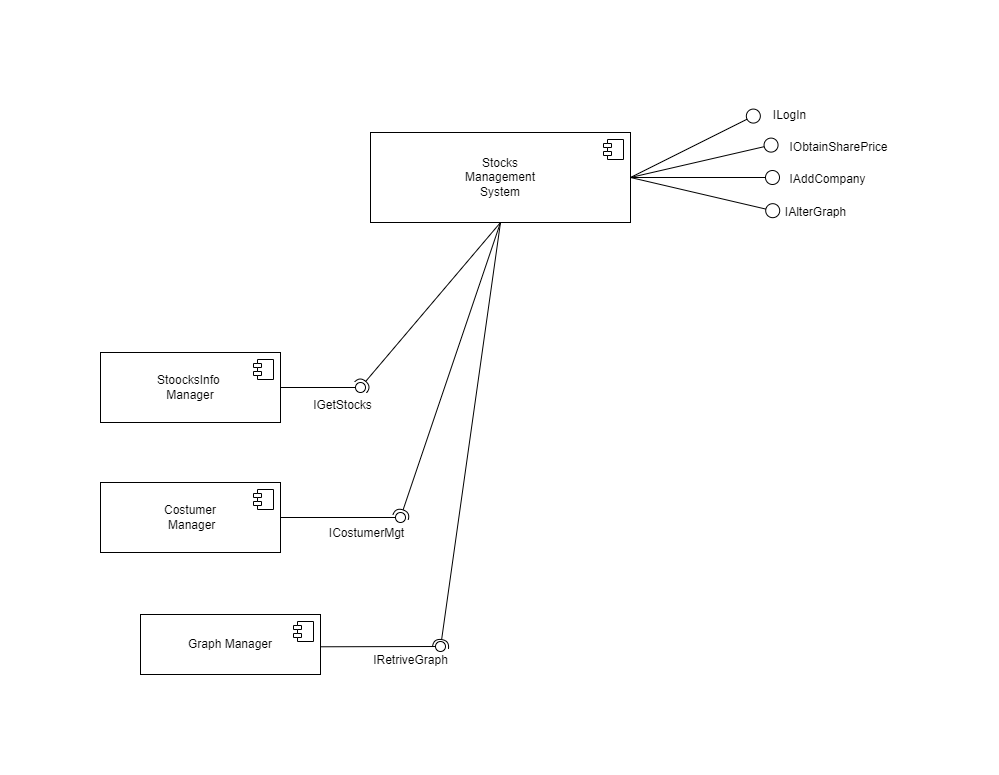
Above: Documentation/Graphical models/Initial_System_Artitecture.png in MMadejsza/Architecture_and_Design-_CW_-Java-Javalin-JS (draw.io), before the change. Source tidied: cells renumbered, new cells last; positions are measured from the earlier drawing's top-left corner, leaving out a move shared by most shapes.
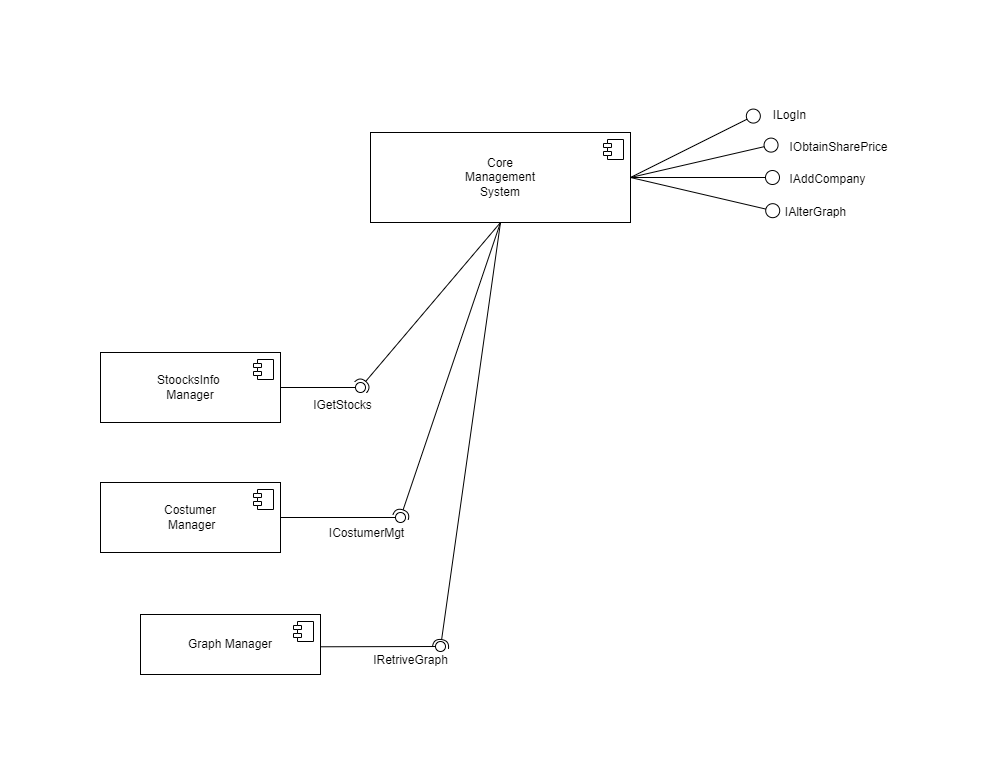
After the change.

The edit, as a diff of the source:
```diff
@@ -22,7 +22,7 @@
         <mxPoint x="680" y="112" as="targetPoint" />
       </mxGeometry>
     </mxCell>
-    <mxCell id="6" value="Stocks &lt;br&gt;Management &lt;br&gt;System" style="html=1;whiteSpace=wrap;" parent="1" vertex="1">
+    <mxCell id="6" value="Core&lt;br&gt;Management &lt;br&gt;System" style="html=1;whiteSpace=wrap;" parent="1" vertex="1">
       <mxGeometry x="270" y="32" width="260" height="90" as="geometry" />
     </mxCell>
     <mxCell id="7" style="shape=module;jettyWidth=8;jettyHeight=4;" parent="6" vertex="1">
```
